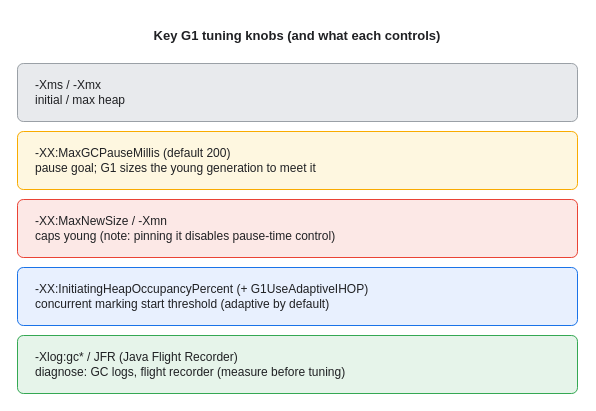
KKamJi98/kkamji98.github.io keeps this draw.io diagram as assets/img/jvm/jvm-09-gc-tuning-params.drawio. Above is the earlier version. Source tidied: cells renumbered, new cells numbered last; positions are measured from the earlier drawing's top-left corner, leaving out a move shared by most shapes. Both pictures are drawn from the tidied source at 100%, with x=0, y=0 at pixel (17, 17).
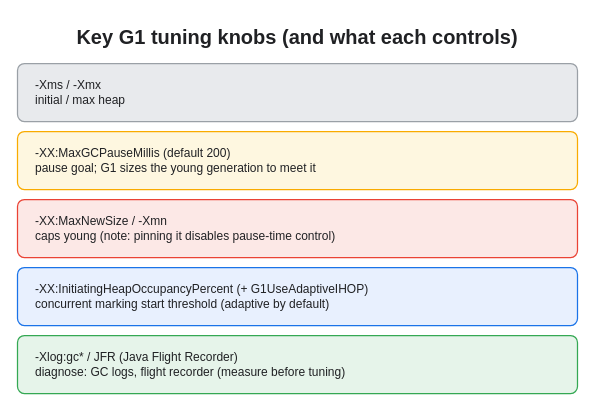
Above is the later version.

The edit, as a diff of the source:
```diff
@@
 <mxGraphModel background="#FFFFFF">
   <root>
     <mxCell id="0" />
     <mxCell id="1" parent="0" />
-    <mxCell id="2" value="Key G1 tuning knobs (and what each controls)" style="text;html=0;align=center;verticalAlign=middle;fontSize=13;fontStyle=1;fontColor=#202124;" parent="1" vertex="1">
+    <mxCell id="2" value="Key G1 tuning knobs (and what each controls)" style="text;html=0;align=center;verticalAlign=middle;fontSize=20;fontStyle=1;fontColor=#202124;" parent="1" vertex="1">
       <mxGeometry width="560" height="35" as="geometry" />
     </mxCell>
-    <mxCell id="3" value="-Xms / -Xmx&#10;initial / max heap" style="rounded=1;whiteSpace=wrap;html=0;arcSize=10;shadow=0;fillColor=#E8EAED;strokeColor=#9AA0A6;fontColor=#202124;align=left;verticalAlign=middle;spacingLeft=16;" parent="1" vertex="1">
+    <mxCell id="3" value="-Xms / -Xmx&#10;initial / max heap" style="rounded=1;whiteSpace=wrap;html=0;arcSize=12;shadow=0;fillColor=#E8EAED;strokeColor=#9AA0A6;fontColor=#202124;align=left;verticalAlign=middle;spacingLeft=16;strokeWidth=1.25;" parent="1" vertex="1">
       <mxGeometry y="46" width="560" height="58" as="geometry" />
     </mxCell>
-    <mxCell id="4" value="-XX:MaxGCPauseMillis (default 200)&#10;pause goal; G1 sizes the young generation to meet it" style="rounded=1;whiteSpace=wrap;html=0;arcSize=10;shadow=0;fillColor=#FEF7E0;strokeColor=#F9AB00;fontColor=#202124;align=left;verticalAlign=middle;spacingLeft=16;" parent="1" vertex="1">
+    <mxCell id="4" value="-XX:MaxGCPauseMillis (default 200)&#10;pause goal; G1 sizes the young generation to meet it" style="rounded=1;whiteSpace=wrap;html=0;arcSize=12;shadow=0;fillColor=#FEF7E0;strokeColor=#F9AB00;fontColor=#202124;align=left;verticalAlign=middle;spacingLeft=16;strokeWidth=1.25;" parent="1" vertex="1">
       <mxGeometry y="114" width="560" height="58" as="geometry" />
     </mxCell>
-    <mxCell id="5" value="-XX:MaxNewSize / -Xmn&#10;caps young (note: pinning it disables pause-time control)" style="rounded=1;whiteSpace=wrap;html=0;arcSize=10;shadow=0;fillColor=#FCE8E6;strokeColor=#EA4335;fontColor=#202124;align=left;verticalAlign=middle;spacingLeft=16;" parent="1" vertex="1">
+    <mxCell id="5" value="-XX:MaxNewSize / -Xmn&#10;caps young (note: pinning it disables pause-time control)" style="rounded=1;whiteSpace=wrap;html=0;arcSize=12;shadow=0;fillColor=#FCE8E6;strokeColor=#EA4335;fontColor=#202124;align=left;verticalAlign=middle;spacingLeft=16;strokeWidth=1.25;" parent="1" vertex="1">
       <mxGeometry y="182" width="560" height="58" as="geometry" />
     </mxCell>
-    <mxCell id="6" value="-XX:InitiatingHeapOccupancyPercent (+ G1UseAdaptiveIHOP)&#10;concurrent marking start threshold (adaptive by default)" style="rounded=1;whiteSpace=wrap;html=0;arcSize=10;shadow=0;fillColor=#E8F0FE;strokeColor=#1A73E8;fontColor=#202124;align=left;verticalAlign=middle;spacingLeft=16;" parent="1" vertex="1">
+    <mxCell id="6" value="-XX:InitiatingHeapOccupancyPercent (+ G1UseAdaptiveIHOP)&#10;concurrent marking start threshold (adaptive by default)" style="rounded=1;whiteSpace=wrap;html=0;arcSize=12;shadow=0;fillColor=#E8F0FE;strokeColor=#1A73E8;fontColor=#202124;align=left;verticalAlign=middle;spacingLeft=16;strokeWidth=1.25;" parent="1" vertex="1">
       <mxGeometry y="250" width="560" height="58" as="geometry" />
     </mxCell>
-    <mxCell id="7" value="-Xlog:gc*   /   JFR (Java Flight Recorder)&#10;diagnose: GC logs, flight recorder (measure before tuning)" style="rounded=1;whiteSpace=wrap;html=0;arcSize=10;shadow=0;fillColor=#E6F4EA;strokeColor=#34A853;fontColor=#202124;align=left;verticalAlign=middle;spacingLeft=16;" parent="1" vertex="1">
+    <mxCell id="7" value="-Xlog:gc*   /   JFR (Java Flight Recorder)&#10;diagnose: GC logs, flight recorder (measure before tuning)" style="rounded=1;whiteSpace=wrap;html=0;arcSize=12;shadow=0;fillColor=#E6F4EA;strokeColor=#34A853;fontColor=#202124;align=left;verticalAlign=middle;spacingLeft=16;strokeWidth=1.25;" parent="1" vertex="1">
       <mxGeometry y="318" width="560" height="58" as="geometry" />
     </mxCell>
   </root>
 </mxGraphModel>
```
